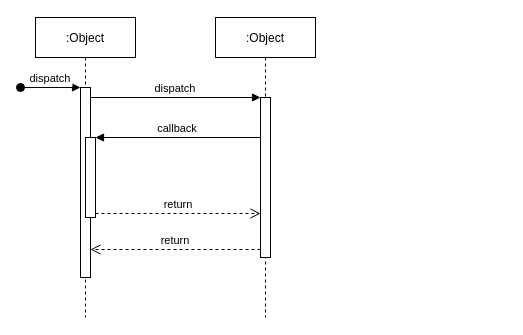
DongYanqi1029/learngit keeps this draw.io diagram as LoginScreen.drawio. Above is the earlier version. Source tidied: cells renumbered, new cells numbered last; positions are measured from the earlier drawing's top-left corner, leaving out a move shared by most shapes. Both pictures are drawn from the tidied source at 100%, with x=0, y=0 at pixel (20, 17).
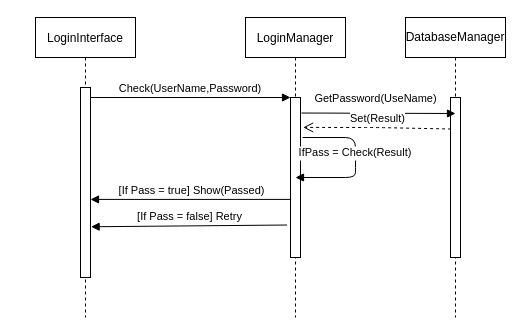
The same page after the edit.

The edit, as a diff of the source:
```diff
@@
 <mxGraphModel>
   <root>
     <mxCell id="0" />
     <mxCell id="1" parent="0" />
-    <mxCell id="2" value=":Object" style="shape=umlLifeline;perimeter=lifelinePerimeter;rounded=0;shadow=0;strokeWidth=1;" parent="1" vertex="1">
+    <mxCell id="2" value="LoginInterface" style="shape=umlLifeline;perimeter=lifelinePerimeter;rounded=0;shadow=0;strokeWidth=1;" parent="1" vertex="1">
       <mxGeometry x="15" width="100" height="300" as="geometry" />
     </mxCell>
     <mxCell id="3" style="points=[];perimeter=orthogonalPerimeter;rounded=0;shadow=0;strokeWidth=1;" parent="2" vertex="1">
       <mxGeometry x="45" y="70" width="10" height="190" as="geometry" />
     </mxCell>
-    <mxCell id="4" value="dispatch" style="verticalAlign=bottom;startArrow=oval;endArrow=block;startSize=8;shadow=0;strokeWidth=1;" parent="2" edge="1" target="3">
-      <mxGeometry relative="1" as="geometry">
-        <mxPoint x="-15" y="70" as="sourcePoint" />
-      </mxGeometry>
-    </mxCell>
-    <mxCell id="5" style="points=[];perimeter=orthogonalPerimeter;rounded=0;shadow=0;strokeWidth=1;" parent="2" vertex="1">
-      <mxGeometry x="50" y="120" width="10" height="80" as="geometry" />
-    </mxCell>
-    <mxCell id="6" value=":Object" style="shape=umlLifeline;perimeter=lifelinePerimeter;rounded=0;shadow=0;strokeWidth=1;" parent="1" vertex="1">
-      <mxGeometry x="195" width="100" height="300" as="geometry" />
+    <mxCell id="6" value="LoginManager" style="shape=umlLifeline;perimeter=lifelinePerimeter;rounded=0;shadow=0;strokeWidth=1;" parent="1" vertex="1">
+      <mxGeometry x="225" width="100" height="300" as="geometry" />
     </mxCell>
     <mxCell id="7" style="points=[];perimeter=orthogonalPerimeter;rounded=0;shadow=0;strokeWidth=1;" parent="6" vertex="1">
       <mxGeometry x="45" y="80" width="10" height="160" as="geometry" />
     </mxCell>
-    <mxCell id="8" value="return" style="verticalAlign=bottom;endArrow=open;dashed=1;endSize=8;exitX=0;exitY=0.95;shadow=0;strokeWidth=1;" parent="1" edge="1" source="7" target="3">
-      <mxGeometry relative="1" as="geometry" />
-    </mxCell>
+    <mxCell id="10" value="IfPass = Check(Result)" style="verticalAlign=bottom;endArrow=block;shadow=0;strokeWidth=1;entryX=0.5;entryY=0.5;entryDx=0;entryDy=0;entryPerimeter=0;" parent="6" edge="1" target="7">
+      <mxGeometry relative="1" as="geometry">
+        <mxPoint x="57" y="120" as="sourcePoint" />
+        <Array as="points">
+          <mxPoint x="110" y="120" />
+          <mxPoint x="110" y="140" />
+          <mxPoint x="110" y="160" />
+        </Array>
+      </mxGeometry>
+    </mxCell>
-    <mxCell id="9" value="dispatch" style="verticalAlign=bottom;endArrow=block;entryX=0;entryY=0;shadow=0;strokeWidth=1;" parent="1" edge="1" source="3" target="7">
+    <mxCell id="9" value="Check(UserName,Password)" style="verticalAlign=bottom;endArrow=block;entryX=0;entryY=0;shadow=0;strokeWidth=1;" parent="1" edge="1" source="3" target="7">
       <mxGeometry relative="1" as="geometry" />
     </mxCell>
-    <mxCell id="10" value="callback" style="verticalAlign=bottom;endArrow=block;entryX=1;entryY=0;shadow=0;strokeWidth=1;" parent="1" edge="1" source="7" target="5">
-      <mxGeometry relative="1" as="geometry" />
-    </mxCell>
-    <mxCell id="11" value="return" style="verticalAlign=bottom;endArrow=open;dashed=1;endSize=8;exitX=1;exitY=0.95;shadow=0;strokeWidth=1;" parent="1" edge="1" source="5" target="7">
-      <mxGeometry relative="1" as="geometry" />
-    </mxCell>
+    <mxCell id="12" value="DatabaseManager" style="shape=umlLifeline;perimeter=lifelinePerimeter;whiteSpace=wrap;html=1;" parent="1" vertex="1">
+      <mxGeometry x="385" width="100" height="300" as="geometry" />
+    </mxCell>
+    <mxCell id="13" style="points=[];perimeter=orthogonalPerimeter;rounded=0;shadow=0;strokeWidth=1;" parent="1" vertex="1">
+      <mxGeometry x="430" y="80" width="10" height="160" as="geometry" />
+    </mxCell>
+    <mxCell id="14" value="GetPassword(UseName)" style="html=1;verticalAlign=bottom;endArrow=block;exitX=1.1;exitY=0.097;exitDx=0;exitDy=0;exitPerimeter=0;" parent="1" edge="1" source="7">
+      <mxGeometry x="-0.04" y="6" relative="1" as="geometry">
+        <mxPoint x="435" y="96" as="targetPoint" />
+      </mxGeometry>
+    </mxCell>
+    <mxCell id="15" value="Set(Result)" style="html=1;verticalAlign=bottom;endArrow=open;dashed=1;endSize=8;entryX=1.26;entryY=0.187;entryDx=0;entryDy=0;entryPerimeter=0;exitX=0.06;exitY=0.197;exitDx=0;exitDy=0;exitPerimeter=0;" parent="1" edge="1" source="13" target="7">
+      <mxGeometry relative="1" as="geometry">
+        <Array as="points">
+          <mxPoint x="355" y="110" />
+        </Array>
+      </mxGeometry>
+    </mxCell>
+    <mxCell id="16" value="[If Pass = true] Show(Passed)" style="html=1;verticalAlign=bottom;endArrow=block;exitX=0.06;exitY=0.637;exitDx=0;exitDy=0;exitPerimeter=0;" parent="1" edge="1" source="7" target="3">
+      <mxGeometry relative="1" as="geometry" />
+    </mxCell>
+    <mxCell id="17" value="[If Pass = false] Retry" style="html=1;verticalAlign=bottom;endArrow=block;exitX=-0.34;exitY=0.797;exitDx=0;exitDy=0;exitPerimeter=0;entryX=1.06;entryY=0.733;entryDx=0;entryDy=0;entryPerimeter=0;" parent="1" edge="1" source="7" target="3">
+      <mxGeometry relative="1" as="geometry" />
+    </mxCell>
   </root>
 </mxGraphModel>
```
